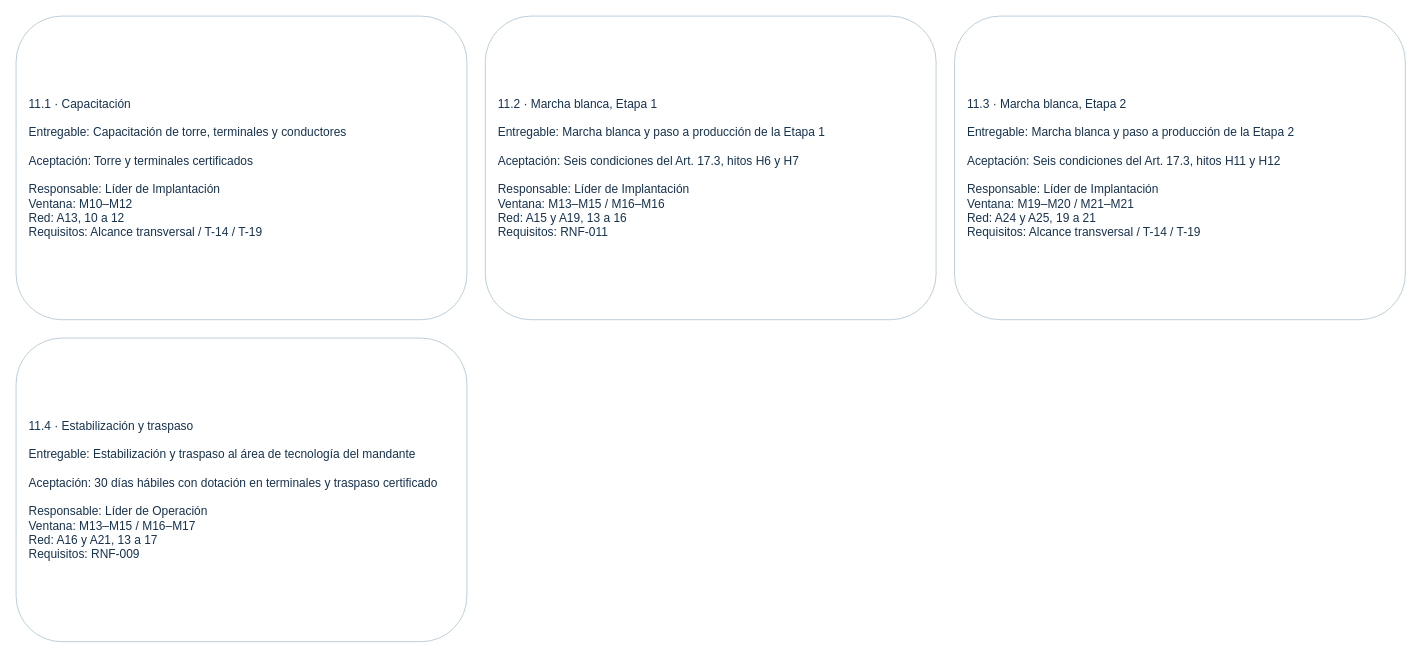
Before: page "11 · Implantación" (12 of 14) of Informe-2/D2/01_EDT/03_Editables/EDT_Completa_y_Seccionada.drawio in mvergaral/audIT, a draw.io diagram. Source tidied: cells renumbered, new cells numbered last; positions are measured from the earlier drawing's top-left corner, leaving out a move shared by most shapes. Both pictures are drawn from the tidied source at 92%, with x=0, y=0 at pixel (16, 16).
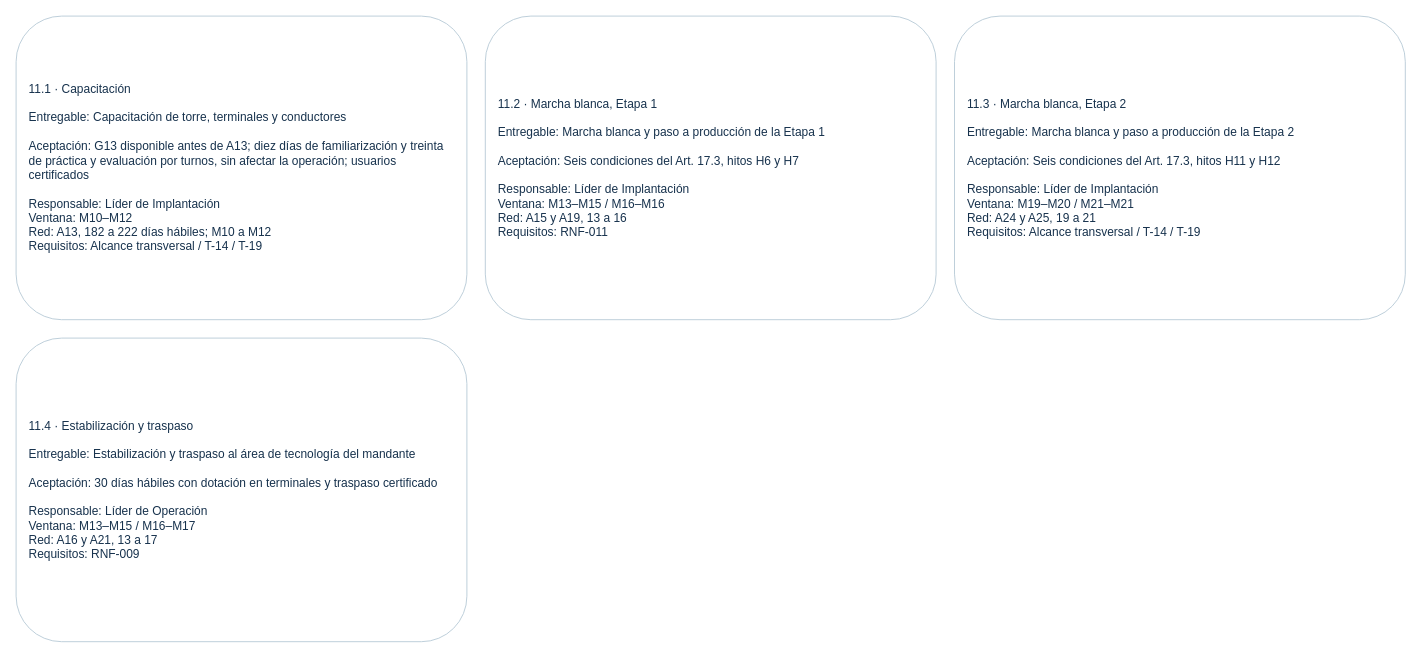
The same diagram, later.

Diff of the diagram source:
```diff
@@
 <mxGraphModel>
   <root>
     <mxCell id="0" />
     <mxCell id="1" parent="0" />
-    <mxCell id="2" value="11.1 · Capacitación&lt;br&gt;&lt;br&gt;Entregable: Capacitación de torre, terminales y conductores&lt;br&gt;&lt;br&gt;Aceptación: Torre y terminales certificados&lt;br&gt;&lt;br&gt;Responsable: Líder de Implantación&lt;br&gt;Ventana: M10–M12&lt;br&gt;Red: A13, 10 a 12&lt;br&gt;Requisitos: Alcance transversal / T-14 / T-19" style="rounded=1;whiteSpace=wrap;html=1;fillColor=#ffffff;strokeColor=#b9cbd7;fontColor=#17324d;fontSize=13;align=left;spacing=14;" parent="1" vertex="1">
+    <mxCell id="2" value="11.1 · Capacitación&lt;br&gt;&lt;br&gt;Entregable: Capacitación de torre, terminales y conductores&lt;br&gt;&lt;br&gt;Aceptación: G13 disponible antes de A13; diez días de familiarización y treinta de práctica y evaluación por turnos, sin afectar la operación; usuarios certificados&lt;br&gt;&lt;br&gt;Responsable: Líder de Implantación&lt;br&gt;Ventana: M10–M12&lt;br&gt;Red: A13, 182 a 222 días hábiles; M10 a M12&lt;br&gt;Requisitos: Alcance transversal / T-14 / T-19" style="rounded=1;whiteSpace=wrap;html=1;fillColor=#ffffff;strokeColor=#b9cbd7;fontColor=#17324d;fontSize=13;align=left;spacing=14;" parent="1" vertex="1">
       <mxGeometry width="490" height="330" as="geometry" />
     </mxCell>
     <mxCell id="3" value="11.2 · Marcha blanca, Etapa 1&lt;br&gt;&lt;br&gt;Entregable: Marcha blanca y paso a producción de la Etapa 1&lt;br&gt;&lt;br&gt;Aceptación: Seis condiciones del Art. 17.3, hitos H6 y H7&lt;br&gt;&lt;br&gt;Responsable: Líder de Implantación&lt;br&gt;Ventana: M13–M15 / M16–M16&lt;br&gt;Red: A15 y A19, 13 a 16&lt;br&gt;Requisitos: RNF-011" style="rounded=1;whiteSpace=wrap;html=1;fillColor=#ffffff;strokeColor=#b9cbd7;fontColor=#17324d;fontSize=13;align=left;spacing=14;" parent="1" vertex="1">
       <mxGeometry x="510" width="490" height="330" as="geometry" />
     </mxCell>
     <mxCell id="4" value="11.3 · Marcha blanca, Etapa 2&lt;br&gt;&lt;br&gt;Entregable: Marcha blanca y paso a producción de la Etapa 2&lt;br&gt;&lt;br&gt;Aceptación: Seis condiciones del Art. 17.3, hitos H11 y H12&lt;br&gt;&lt;br&gt;Responsable: Líder de Implantación&lt;br&gt;Ventana: M19–M20 / M21–M21&lt;br&gt;Red: A24 y A25, 19 a 21&lt;br&gt;Requisitos: Alcance transversal / T-14 / T-19" style="rounded=1;whiteSpace=wrap;html=1;fillColor=#ffffff;strokeColor=#b9cbd7;fontColor=#17324d;fontSize=13;align=left;spacing=14;" parent="1" vertex="1">
       <mxGeometry x="1020" width="490" height="330" as="geometry" />
     </mxCell>
     <mxCell id="5" value="11.4 · Estabilización y traspaso&lt;br&gt;&lt;br&gt;Entregable: Estabilización y traspaso al área de tecnología del mandante&lt;br&gt;&lt;br&gt;Aceptación: 30 días hábiles con dotación en terminales y traspaso certificado&lt;br&gt;&lt;br&gt;Responsable: Líder de Operación&lt;br&gt;Ventana: M13–M15 / M16–M17&lt;br&gt;Red: A16 y A21, 13 a 17&lt;br&gt;Requisitos: RNF-009" style="rounded=1;whiteSpace=wrap;html=1;fillColor=#ffffff;strokeColor=#b9cbd7;fontColor=#17324d;fontSize=13;align=left;spacing=14;" parent="1" vertex="1">
       <mxGeometry y="350" width="490" height="330" as="geometry" />
     </mxCell>
   </root>
 </mxGraphModel>
```
